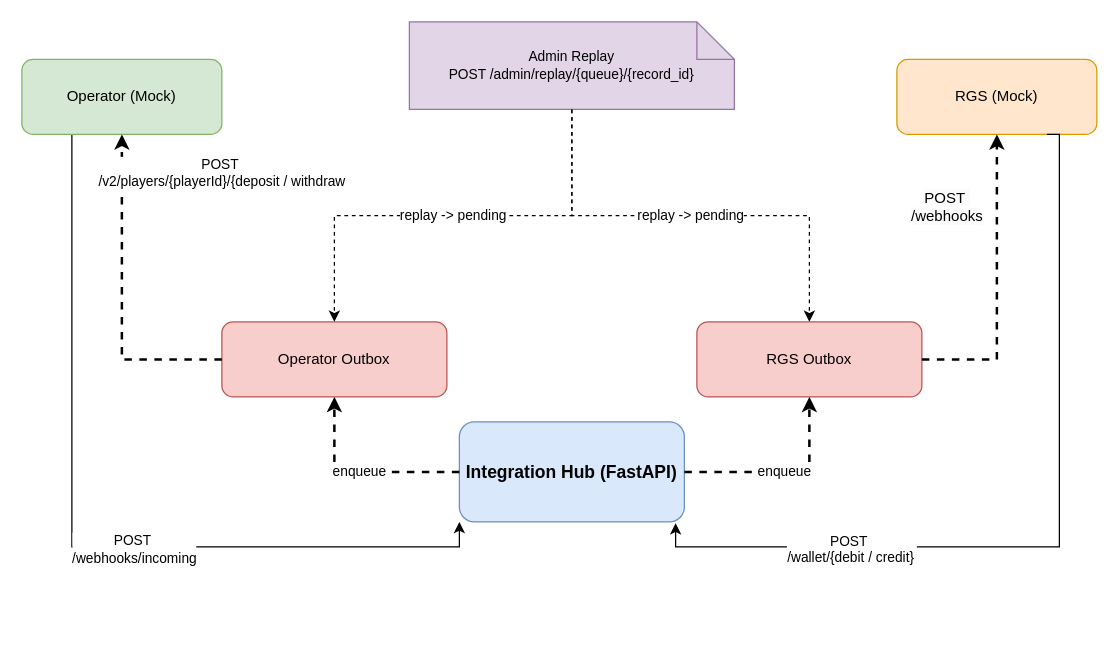
hlzm/integration-flow keeps this draw.io diagram as docs/integration-hub.drawio. Above is the earlier version. Source tidied: cells renumbered, new cells numbered last; positions are measured from the earlier drawing's top-left corner, leaving out a move shared by most shapes. Both pictures are drawn from the tidied source at 125%, with x=0, y=0 at pixel (21, 21).
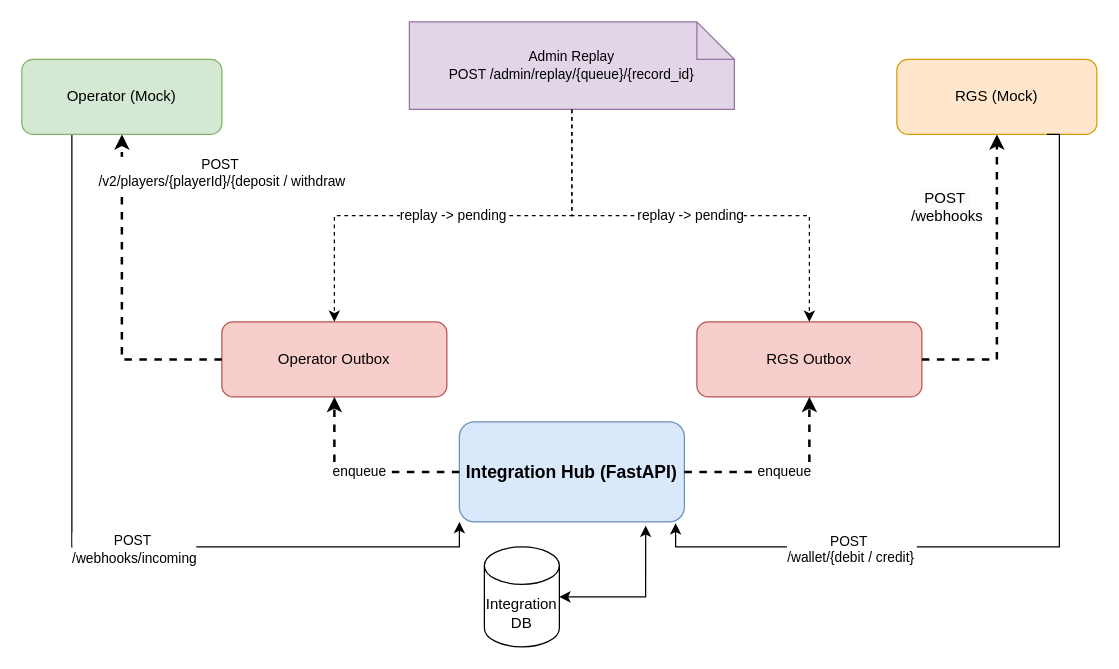
The same diagram, later.

The change refers to these unchanged cells:
```xml
<mxCell id="2" value="Integration Hub (FastAPI)" style="rounded=1;whiteSpace=wrap;html=1;fillColor=#dae8fc;strokeColor=#6c8ebf;fontSize=14;fontStyle=1;" parent="1" vertex="1">
  <mxGeometry x="350" y="320" width="180" height="80" as="geometry" />
</mxCell>
```

The edit, as a diff of the source:
```diff
@@
+    <mxCell id="19" value="Integration DB" style="shape=cylinder3;whiteSpace=wrap;html=1;boundedLbl=1;backgroundOutline=1;size=15;" parent="1" vertex="1">
+      <mxGeometry x="370" y="420" width="60" height="80" as="geometry" />
+    </mxCell>
+    <mxCell id="20" style="endArrow=classic;startArrow=classic;html=1;rounded=0;entryX=0.828;entryY=1.038;entryDx=0;entryDy=0;entryPerimeter=0;exitX=1;exitY=0.5;exitDx=0;exitDy=0;exitPerimeter=0;" parent="1" edge="1" source="19" target="2">
+      <mxGeometry relative="1" as="geometry">
+        <Array as="points">
+          <mxPoint x="499" y="460" />
+        </Array>
+      </mxGeometry>
+    </mxCell>
```
